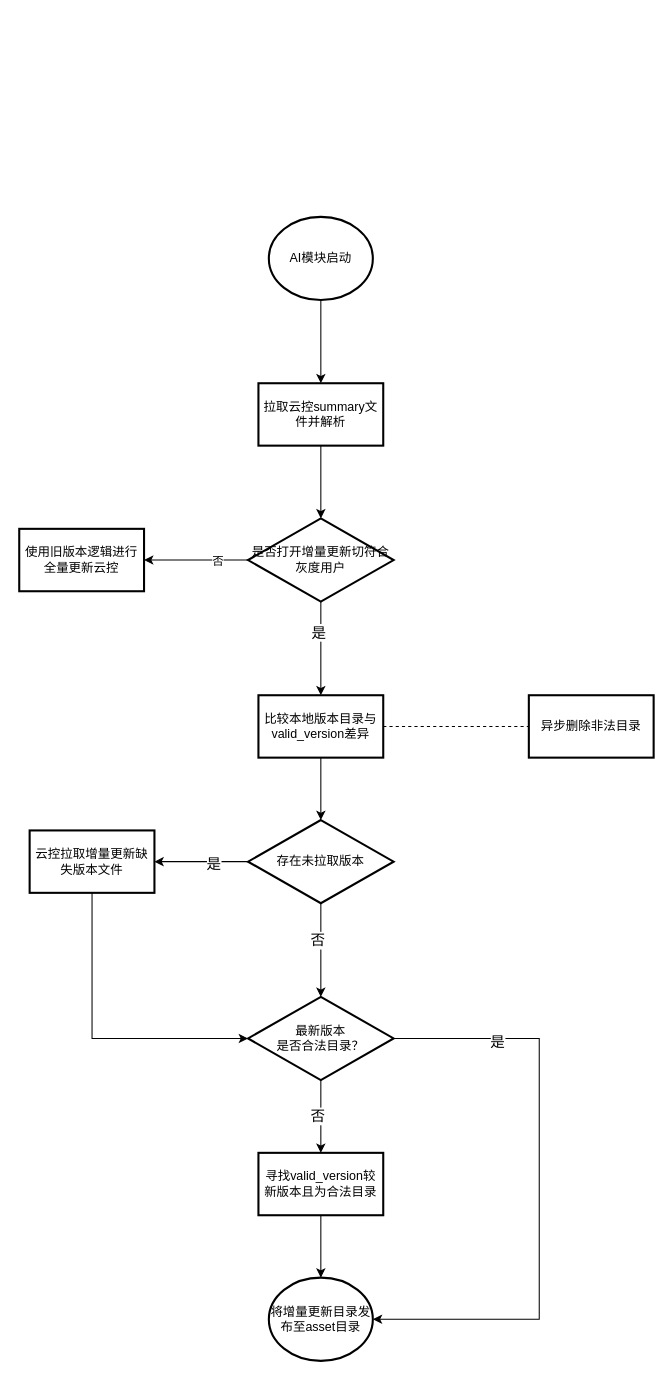
The draw.io diagram page "流程图" (4 of 4) of 增量更新算法包.drawio in SpayerLiu/draw.io, before the edit. Source tidied: cells renumbered, new cells numbered last; positions are measured from the earlier drawing's top-left corner, leaving out a move shared by most shapes. Both pictures are drawn from the tidied source at 104%, with x=0, y=0 at pixel (19, 216).
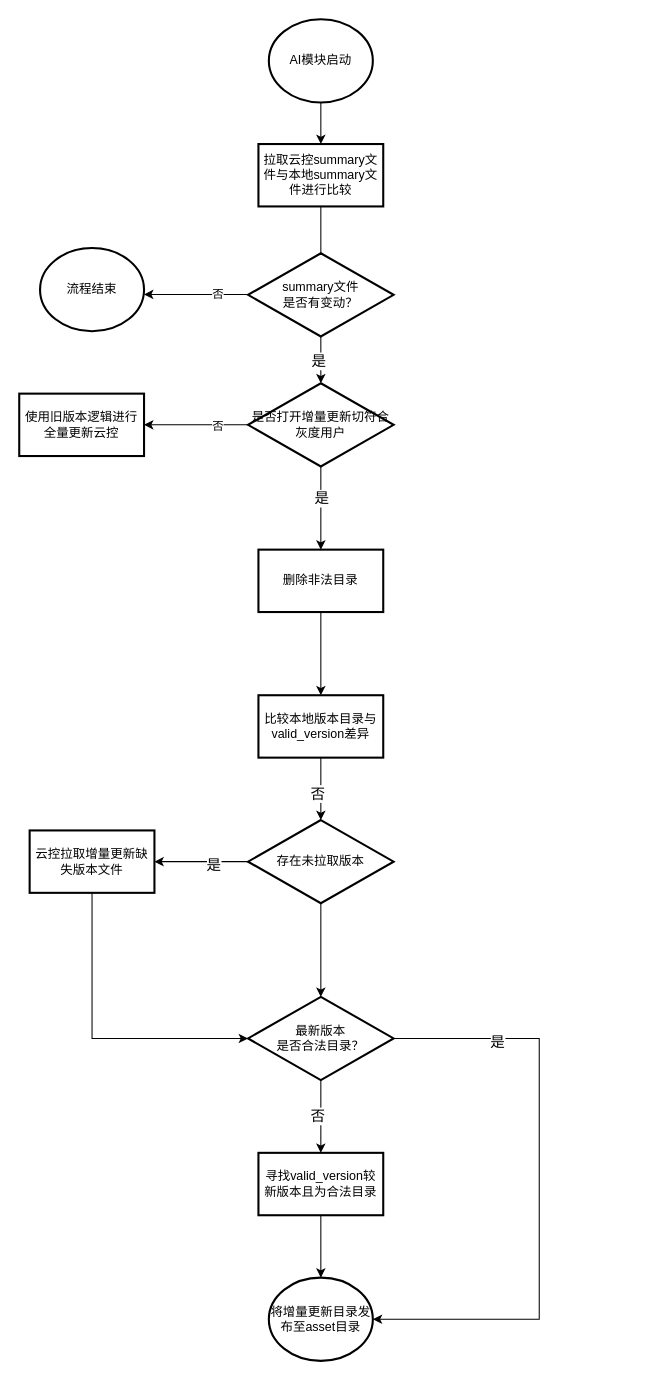
The same page after the edit.

The change refers to these unchanged cells:
```xml
<mxCell id="13" value="比较本地版本目录与valid_version差异" style="whiteSpace=wrap;html=1;strokeWidth=2;" parent="1" vertex="1">
  <mxGeometry x="230" y="460" width="120" height="60" as="geometry" />
</mxCell>
```

Diff of the diagram source:
```diff
@@
     <mxCell id="3" value="AI模块启动" style="strokeWidth=2;html=1;shape=mxgraph.flowchart.start_1;whiteSpace=wrap;" parent="1" vertex="1">
-      <mxGeometry x="240" width="100" height="80" as="geometry" />
+      <mxGeometry x="240" y="-190" width="100" height="80" as="geometry" />
     </mxCell>
@@
-    <mxCell id="5" value="拉取云控summary文件并解析" style="whiteSpace=wrap;html=1;strokeWidth=2;" parent="1" vertex="1">
-      <mxGeometry x="230" y="160" width="120" height="60" as="geometry" />
+    <mxCell id="5" value="拉取云控summary文件与本地summary文件进行比较" style="whiteSpace=wrap;html=1;strokeWidth=2;" parent="1" vertex="1">
+      <mxGeometry x="230" y="-70" width="120" height="60" as="geometry" />
     </mxCell>
@@
-    <mxCell id="8" style="edgeStyle=orthogonalEdgeStyle;rounded=0;jettySize=auto;html=1;" parent="1" edge="1" source="10" target="13">
+    <mxCell id="8" style="edgeStyle=orthogonalEdgeStyle;rounded=0;jettySize=auto;html=1;" parent="1" edge="1" source="33" target="13">
       <mxGeometry relative="1" as="geometry" />
     </mxCell>
-    <mxCell id="9" value="&lt;font style=&quot;font-size: 14px;&quot;&gt;是&lt;/font&gt;" style="edgeLabel;html=1;align=center;verticalAlign=middle;" parent="8" vertex="1">
-      <mxGeometry x="-0.36" y="-3" relative="1" as="geometry" />
-    </mxCell>
     <mxCell id="10" value="是否打开增量更新切符合灰度用户" style="rhombus;whiteSpace=wrap;html=1;strokeWidth=2;" parent="1" vertex="1">
-      <mxGeometry x="220" y="290" width="140" height="80" as="geometry" />
+      <mxGeometry x="220" y="160" width="140" height="80" as="geometry" />
     </mxCell>
     <mxCell id="11" value="使用旧版本逻辑进行全量更新云控" style="whiteSpace=wrap;html=1;strokeWidth=2;" parent="1" vertex="1">
-      <mxGeometry y="300" width="120" height="60" as="geometry" />
+      <mxGeometry y="170" width="120" height="60" as="geometry" />
     </mxCell>
@@
-    <mxCell id="17" value="异步删除非法目录" style="whiteSpace=wrap;html=1;strokeWidth=2;" parent="1" vertex="1">
-      <mxGeometry x="490" y="460" width="120" height="60" as="geometry" />
-    </mxCell>
-    <mxCell id="18" style="endArrow=none;dashed=1;html=1;rounded=0;exitX=1;exitY=0.5;exitDx=0;exitDy=0;" parent="1" edge="1" source="13">
-      <mxGeometry relative="1" as="geometry">
-        <mxPoint x="490" y="490" as="targetPoint" />
-      </mxGeometry>
-    </mxCell>
@@
     <mxCell id="21" value="&lt;font style=&quot;font-size: 14px;&quot;&gt;是&lt;/font&gt;" style="edgeLabel;html=1;align=center;verticalAlign=middle;" parent="1" vertex="1">
-      <mxGeometry x="297" y="409" as="geometry">
+      <mxGeometry x="297" y="410" as="geometry">
         <mxPoint x="-111" y="213" as="offset" />
       </mxGeometry>
     </mxCell>
     <mxCell id="22" value="&lt;font style=&quot;font-size: 14px;&quot;&gt;否&lt;/font&gt;" style="edgeLabel;html=1;align=center;verticalAlign=middle;" parent="1" vertex="1">
-      <mxGeometry x="199" y="341" as="geometry">
+      <mxGeometry x="199" y="200" as="geometry">
         <mxPoint x="87" y="354" as="offset" />
       </mxGeometry>
     </mxCell>
@@
+    <mxCell id="31" style="edgeStyle=orthogonalEdgeStyle;rounded=0;jettySize=auto;html=1;" parent="1" edge="1" source="10" target="33">
+      <mxGeometry relative="1" as="geometry" />
+    </mxCell>
+    <mxCell id="32" value="&lt;font style=&quot;font-size: 14px;&quot;&gt;是&lt;/font&gt;" style="edgeLabel;html=1;align=center;verticalAlign=middle;" parent="31" vertex="1">
+      <mxGeometry x="-0.36" y="-3" relative="1" as="geometry">
+        <mxPoint x="3" y="4" as="offset" />
+      </mxGeometry>
+    </mxCell>
+    <mxCell id="33" value="删除非法目录" style="whiteSpace=wrap;html=1;strokeWidth=2;" parent="1" vertex="1">
+      <mxGeometry x="230" y="320" width="120" height="60" as="geometry" />
+    </mxCell>
+    <mxCell id="34" value="summary文件&lt;div&gt;是否有变动？&lt;/div&gt;" style="rhombus;whiteSpace=wrap;html=1;strokeWidth=2;" parent="1" vertex="1">
+      <mxGeometry x="220" y="35" width="140" height="80" as="geometry" />
+    </mxCell>
+    <mxCell id="35" value="&lt;font style=&quot;font-size: 14px;&quot;&gt;是&lt;/font&gt;" style="edgeLabel;html=1;align=center;verticalAlign=middle;" parent="1" vertex="1">
+      <mxGeometry x="300" y="290" as="geometry">
+        <mxPoint x="-13" y="-152" as="offset" />
+      </mxGeometry>
+    </mxCell>
+    <mxCell id="36" style="edgeStyle=orthogonalEdgeStyle;rounded=0;orthogonalLoop=1;jettySize=auto;html=1;" parent="1" edge="1">
+      <mxGeometry relative="1" as="geometry">
+        <mxPoint x="220" y="74.6" as="sourcePoint" />
+        <mxPoint x="120" y="74.6" as="targetPoint" />
+      </mxGeometry>
+    </mxCell>
+    <mxCell id="37" value="否" style="edgeLabel;html=1;align=center;verticalAlign=middle;" parent="36" vertex="1">
+      <mxGeometry x="-0.4" relative="1" as="geometry" />
+    </mxCell>
+    <mxCell id="38" value="流程结束" style="strokeWidth=2;html=1;shape=mxgraph.flowchart.start_1;whiteSpace=wrap;" parent="1" vertex="1">
+      <mxGeometry x="20" y="30" width="100" height="80" as="geometry" />
+    </mxCell>
```
